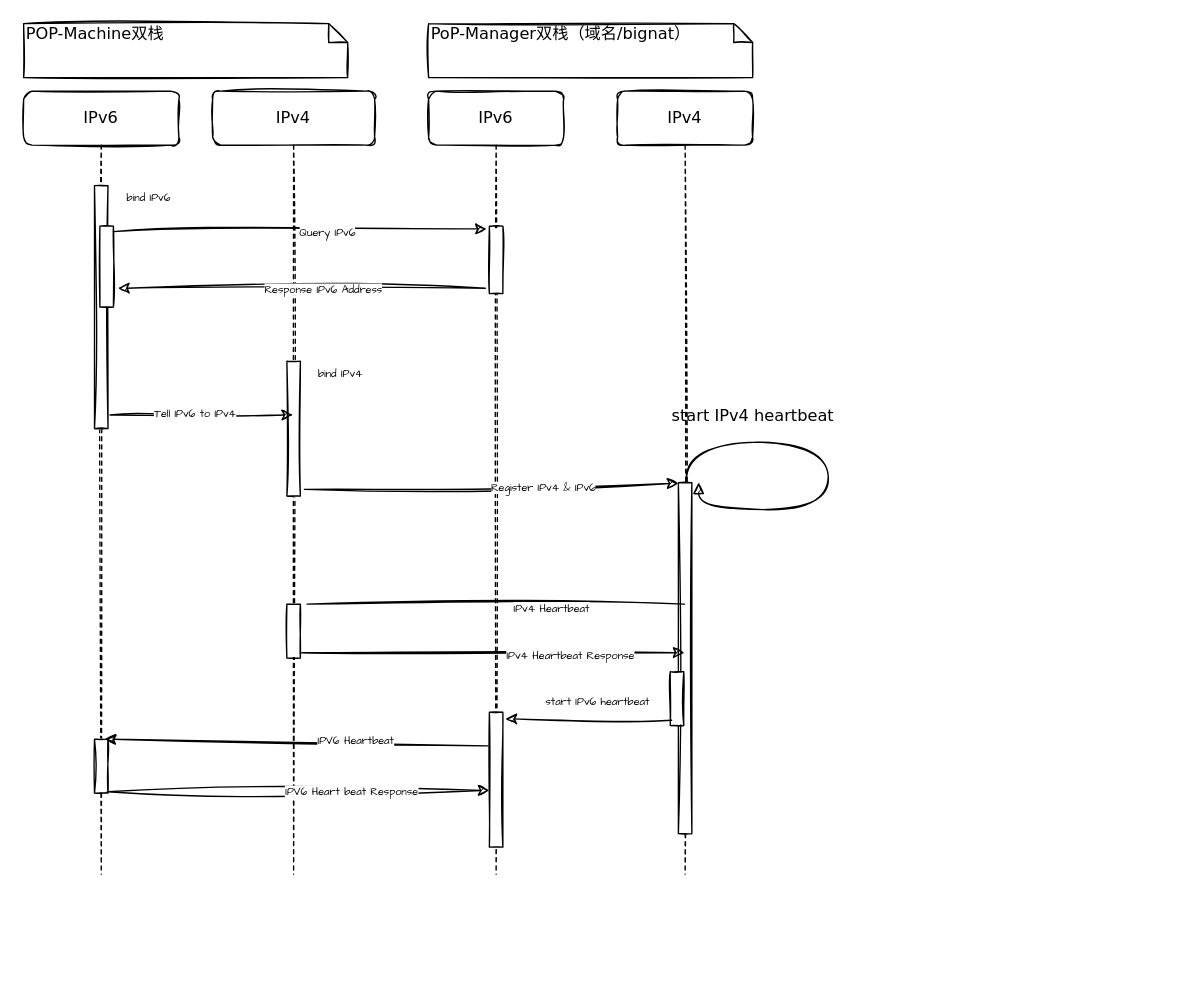
This is 未命名绘图.drawio from comtjz/CodeFlagment, a draw.io file, before an edit. Source tidied: cells renumbered, new cells numbered last; positions are measured from the earlier drawing's top-left corner, leaving out a move shared by most shapes. Both pictures are drawn from the tidied source at 135%, with x=0, y=0 at pixel (23, 23).
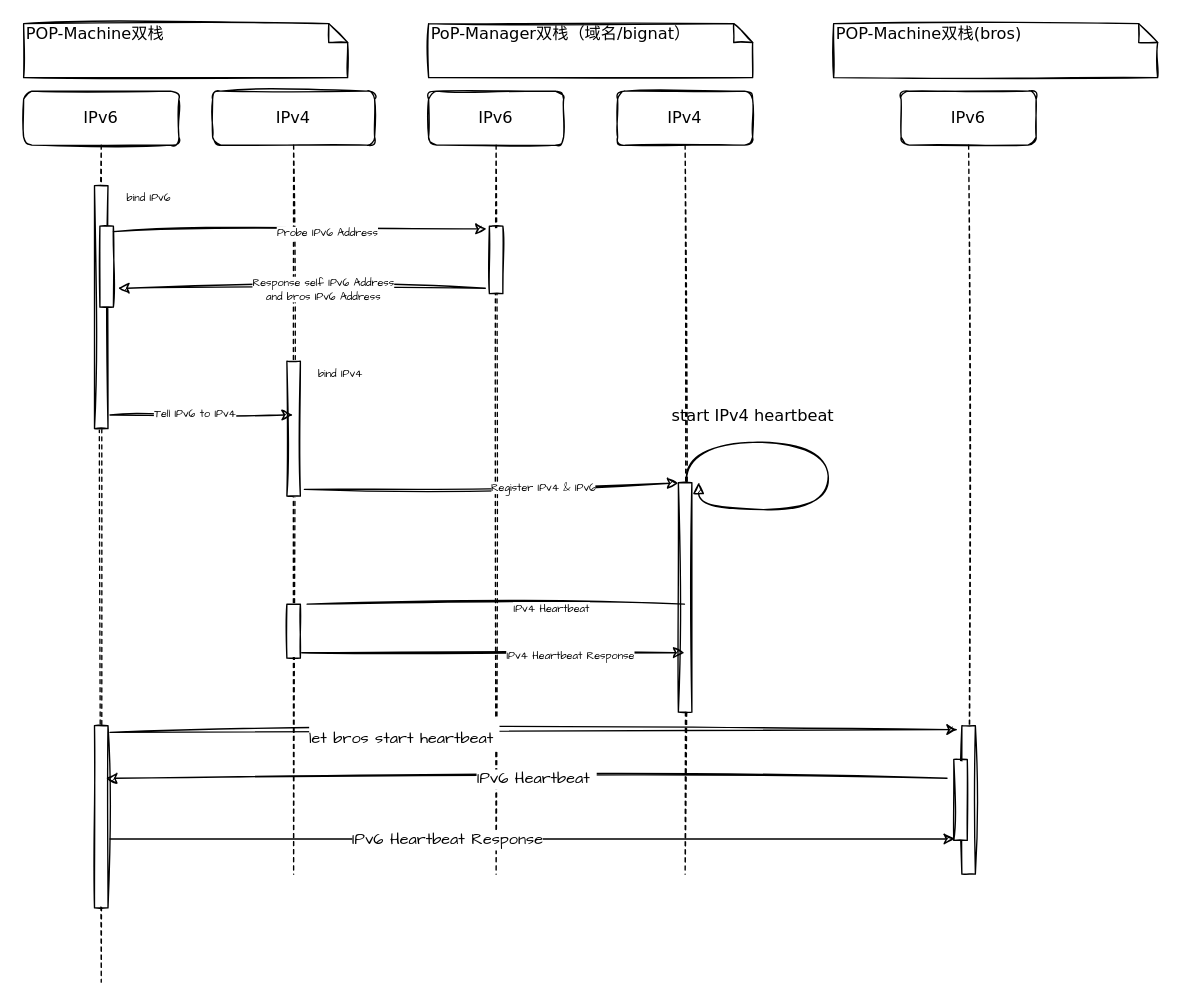
The same page after the edit.

Unchanged cells that the change refers to:
```xml
<mxCell id="6" value="IPv6" style="shape=umlLifeline;perimeter=lifelinePerimeter;whiteSpace=wrap;html=1;rounded=1;shadow=0;comic=0;labelBackgroundColor=none;strokeWidth=1;fontFamily=Verdana;fontSize=12;align=center;sketch=1;" parent="1" vertex="1">
  <mxGeometry x="300" y="50" width="100" height="580" as="geometry" />
</mxCell>
<mxCell id="9" value="IPv4" style="shape=umlLifeline;perimeter=lifelinePerimeter;whiteSpace=wrap;html=1;outlineConnect=0;rounded=1;shadow=0;comic=0;labelBackgroundColor=none;strokeWidth=1;fontFamily=Verdana;fontSize=12;align=center;sketch=1;" parent="1" vertex="1">
  <mxGeometry x="440" y="50" width="100" height="580" as="geometry" />
</mxCell>
<mxCell id="20" style="endArrow=classic;html=1;rounded=0;sketch=1;hachureGap=4;jiggle=2;fontFamily=Architects Daughter;fontSize=8;exitX=1;exitY=0.067;exitDx=0;exitDy=0;exitPerimeter=0;entryX=-0.2;entryY=0.04;entryDx=0;entryDy=0;entryPerimeter=0;" parent="1" edge="1" source="14" target="7">
  <mxGeometry relative="1" as="geometry" />
</mxCell>
<mxCell id="22" style="endArrow=classic;html=1;rounded=0;sketch=1;hachureGap=4;jiggle=2;fontFamily=Architects Daughter;fontSize=8;exitX=-0.3;exitY=0.92;exitDx=0;exitDy=0;exitPerimeter=0;" parent="1" edge="1" source="7">
  <mxGeometry relative="1" as="geometry">
    <mxPoint x="70" y="196" as="targetPoint" />
  </mxGeometry>
</mxCell>
<mxCell id="24" style="endArrow=classic;html=1;rounded=0;sketch=1;hachureGap=4;jiggle=2;fontFamily=Architects Daughter;fontSize=8;exitX=1.3;exitY=0.95;exitDx=0;exitDy=0;exitPerimeter=0;entryX=0;entryY=0.002;entryDx=0;entryDy=0;entryPerimeter=0;" parent="1" edge="1" source="3" target="10">
  <mxGeometry relative="1" as="geometry" />
</mxCell>
<mxCell id="26" style="endArrow=classic;html=1;rounded=0;sketch=1;hachureGap=4;jiggle=2;fontFamily=Architects Daughter;fontSize=8;exitX=1.1;exitY=0.9;exitDx=0;exitDy=0;exitPerimeter=0;" parent="1" edge="1" source="4" target="9">
  <mxGeometry relative="1" as="geometry" />
</mxCell>
<mxCell id="28" style="endArrow=classic;html=1;rounded=0;sketch=1;hachureGap=4;jiggle=2;fontFamily=Architects Daughter;fontSize=8;exitX=1.15;exitY=0.944;exitDx=0;exitDy=0;exitPerimeter=0;" parent="1" edge="1" source="13" target="2">
  <mxGeometry relative="1" as="geometry" />
</mxCell>
<mxCell id="30" style="endArrow=none;html=1;rounded=0;sketch=1;hachureGap=4;jiggle=2;fontFamily=Architects Daughter;fontSize=8;" parent="1" edge="1" source="9">
  <mxGeometry relative="1" as="geometry">
    <mxPoint x="210" y="430" as="targetPoint" />
  </mxGeometry>
</mxCell>
```

The edit, as a diff of the source:
```diff
@@
-    <mxCell id="8" style="html=1;points=[];perimeter=orthogonalPerimeter;rounded=0;shadow=0;comic=0;labelBackgroundColor=none;strokeWidth=1;fontFamily=Verdana;fontSize=12;align=center;sketch=1;" parent="6" vertex="1">
-      <mxGeometry x="45" y="460" width="10" height="100" as="geometry" />
-    </mxCell>
@@
     <mxCell id="10" style="html=1;points=[];perimeter=orthogonalPerimeter;rounded=0;shadow=0;comic=0;labelBackgroundColor=none;strokeWidth=1;fontFamily=Verdana;fontSize=12;align=center;sketch=1;" parent="9" vertex="1">
-      <mxGeometry x="45" y="290" width="10" height="260" as="geometry" />
+      <mxGeometry x="45" y="290" width="10" height="170" as="geometry" />
     </mxCell>
-    <mxCell id="11" style="html=1;points=[];perimeter=orthogonalPerimeter;rounded=0;shadow=0;comic=0;labelBackgroundColor=none;strokeWidth=1;fontFamily=Verdana;fontSize=12;align=center;sketch=1;" parent="9" vertex="1">
-      <mxGeometry x="39" y="430" width="10" height="40" as="geometry" />
-    </mxCell>
     <mxCell id="12" value="IPv6" style="shape=umlLifeline;perimeter=lifelinePerimeter;whiteSpace=wrap;html=1;rounded=1;shadow=0;comic=0;labelBackgroundColor=none;strokeWidth=1;fontFamily=Verdana;fontSize=12;align=center;sketch=1;" parent="1" vertex="1">
-      <mxGeometry y="50" width="115" height="580" as="geometry" />
+      <mxGeometry y="50" width="115" height="660" as="geometry" />
     </mxCell>
@@
-    <mxCell id="16" style="html=1;points=[];perimeter=orthogonalPerimeter;rounded=0;shadow=0;comic=0;labelBackgroundColor=none;strokeWidth=1;fontFamily=Verdana;fontSize=12;align=center;sketch=1;" parent="12" vertex="1">
-      <mxGeometry x="52.5" y="480" width="10" height="40" as="geometry" />
-    </mxCell>
+    <mxCell id="38" style="html=1;points=[];perimeter=orthogonalPerimeter;rounded=0;shadow=0;comic=0;labelBackgroundColor=none;strokeWidth=1;fontFamily=Verdana;fontSize=12;align=center;sketch=1;" parent="12" vertex="1">
+      <mxGeometry x="52.5" y="470" width="10" height="135" as="geometry" />
+    </mxCell>
@@
-    <mxCell id="21" value="Query IPv6" style="edgeLabel;html=1;align=center;verticalAlign=middle;fontSize=8;fontFamily=Architects Daughter;" parent="20" vertex="1">
+    <mxCell id="21" value="Probe IPv6 Address" style="edgeLabel;html=1;align=center;verticalAlign=middle;fontSize=8;fontFamily=Architects Daughter;sketch=1;" parent="20" vertex="1">
       <mxGeometry x="0.14" y="-2" relative="1" as="geometry" />
     </mxCell>
@@
-    <mxCell id="23" value="Response IPv6 Address" style="edgeLabel;html=1;align=center;verticalAlign=middle;fontSize=8;fontFamily=Architects Daughter;" parent="22" vertex="1">
+    <mxCell id="23" value="Response self IPv6 Address&lt;br&gt;and bros IPv6 Address" style="edgeLabel;html=1;align=center;verticalAlign=middle;fontSize=8;fontFamily=Architects Daughter;sketch=1;" parent="22" vertex="1">
       <mxGeometry x="-0.11" relative="1" as="geometry" />
     </mxCell>
@@
-    <mxCell id="25" value="Register IPv4 &amp;amp; IPv6" style="edgeLabel;html=1;align=center;verticalAlign=middle;fontSize=8;fontFamily=Architects Daughter;" parent="24" vertex="1">
+    <mxCell id="25" value="Register IPv4 &amp;amp; IPv6" style="edgeLabel;html=1;align=center;verticalAlign=middle;fontSize=8;fontFamily=Architects Daughter;sketch=1;" parent="24" vertex="1">
       <mxGeometry x="0.28" y="-1" relative="1" as="geometry" />
     </mxCell>
@@
-    <mxCell id="27" value="IPv4 Heartbeat Response" style="edgeLabel;html=1;align=center;verticalAlign=middle;fontSize=8;fontFamily=Architects Daughter;" parent="26" vertex="1">
+    <mxCell id="27" value="IPv4 Heartbeat Response" style="edgeLabel;html=1;align=center;verticalAlign=middle;fontSize=8;fontFamily=Architects Daughter;sketch=1;" parent="26" vertex="1">
       <mxGeometry x="0.4" y="-1" relative="1" as="geometry" />
     </mxCell>
@@
-    <mxCell id="29" value="Tell IPv6 to IPv4" style="edgeLabel;html=1;align=center;verticalAlign=middle;fontSize=8;fontFamily=Architects Daughter;" parent="28" vertex="1">
+    <mxCell id="29" value="Tell IPv6 to IPv4" style="edgeLabel;html=1;align=center;verticalAlign=middle;fontSize=8;fontFamily=Architects Daughter;sketch=1;" parent="28" vertex="1">
       <mxGeometry x="-0.08" y="1" relative="1" as="geometry" />
     </mxCell>
@@
-    <mxCell id="31" value="IPv4 Heartbeat" style="edgeLabel;html=1;align=center;verticalAlign=middle;fontSize=8;fontFamily=Architects Daughter;" parent="30" vertex="1">
+    <mxCell id="31" value="IPv4 Heartbeat" style="edgeLabel;html=1;align=center;verticalAlign=middle;fontSize=8;fontFamily=Architects Daughter;sketch=1;" parent="30" vertex="1">
       <mxGeometry x="-0.29" y="2" relative="1" as="geometry" />
     </mxCell>
-    <mxCell id="32" style="endArrow=classic;html=1;rounded=0;sketch=1;hachureGap=4;jiggle=2;fontFamily=Architects Daughter;fontSize=8;exitX=0.1;exitY=0.9;exitDx=0;exitDy=0;exitPerimeter=0;entryX=1.2;entryY=0.05;entryDx=0;entryDy=0;entryPerimeter=0;" parent="1" edge="1" source="11" target="8">
-      <mxGeometry relative="1" as="geometry" />
-    </mxCell>
-    <mxCell id="33" value="start IPv6 heartbeat" style="edgeLabel;html=1;align=center;verticalAlign=middle;fontSize=8;fontFamily=Architects Daughter;" parent="32" vertex="1">
-      <mxGeometry x="-0.06" y="1" relative="1" as="geometry">
-        <mxPoint x="3" y="-15" as="offset" />
-      </mxGeometry>
-    </mxCell>
-    <mxCell id="34" style="endArrow=classic;html=1;rounded=0;sketch=1;hachureGap=4;jiggle=2;fontFamily=Architects Daughter;fontSize=8;entryX=0.75;entryY=0;entryDx=0;entryDy=0;entryPerimeter=0;exitX=-0.1;exitY=0.25;exitDx=0;exitDy=0;exitPerimeter=0;" parent="1" edge="1" source="8" target="16">
-      <mxGeometry relative="1" as="geometry" />
-    </mxCell>
-    <mxCell id="35" value="IPV6 Heartbeat" style="edgeLabel;html=1;align=center;verticalAlign=middle;fontSize=8;fontFamily=Architects Daughter;" parent="34" vertex="1">
-      <mxGeometry x="-0.3" y="-3" relative="1" as="geometry" />
-    </mxCell>
-    <mxCell id="36" style="endArrow=classic;html=1;rounded=0;sketch=1;hachureGap=4;jiggle=2;fontFamily=Architects Daughter;fontSize=8;exitX=0.95;exitY=0.975;exitDx=0;exitDy=0;exitPerimeter=0;entryX=0;entryY=0.58;entryDx=0;entryDy=0;entryPerimeter=0;" parent="1" edge="1" source="16" target="8">
-      <mxGeometry relative="1" as="geometry" />
-    </mxCell>
-    <mxCell id="37" value="IPV6 Heart beat Response" style="edgeLabel;html=1;align=center;verticalAlign=middle;fontSize=8;fontFamily=Architects Daughter;" parent="36" vertex="1">
-      <mxGeometry x="0.28" relative="1" as="geometry" />
-    </mxCell>
+    <mxCell id="39" value="POP-Machine双栈(bros)" style="shape=note;whiteSpace=wrap;html=1;size=14;verticalAlign=top;align=left;spacingTop=-6;rounded=0;shadow=0;comic=0;labelBackgroundColor=none;strokeWidth=1;fontFamily=Verdana;fontSize=12;sketch=1;" parent="1" vertex="1">
+      <mxGeometry x="600" width="240" height="40" as="geometry" />
+    </mxCell>
+    <mxCell id="40" value="IPv6" style="shape=umlLifeline;perimeter=lifelinePerimeter;whiteSpace=wrap;html=1;rounded=1;shadow=0;comic=0;labelBackgroundColor=none;strokeWidth=1;fontFamily=Verdana;fontSize=12;align=center;sketch=1;" parent="1" vertex="1">
+      <mxGeometry x="650" y="50" width="100" height="580" as="geometry" />
+    </mxCell>
+    <mxCell id="41" style="html=1;points=[];perimeter=orthogonalPerimeter;rounded=0;shadow=0;comic=0;labelBackgroundColor=none;strokeWidth=1;fontFamily=Verdana;fontSize=12;align=center;sketch=1;" parent="40" vertex="1">
+      <mxGeometry x="45" y="470" width="10" height="110" as="geometry" />
+    </mxCell>
+    <mxCell id="42" style="html=1;points=[];perimeter=orthogonalPerimeter;rounded=0;shadow=0;comic=0;labelBackgroundColor=none;strokeWidth=1;fontFamily=Verdana;fontSize=12;align=center;sketch=1;" parent="40" vertex="1">
+      <mxGeometry x="39" y="495" width="10" height="60" as="geometry" />
+    </mxCell>
+    <mxCell id="43" style="endArrow=classic;html=1;rounded=0;sketch=1;hachureGap=4;jiggle=2;fontFamily=Architects Daughter;fontSize=16;exitX=1.15;exitY=0.037;exitDx=0;exitDy=0;exitPerimeter=0;entryX=-0.3;entryY=0.027;entryDx=0;entryDy=0;entryPerimeter=0;" parent="1" edge="1" source="38" target="41">
+      <mxGeometry relative="1" as="geometry" />
+    </mxCell>
+    <mxCell id="44" value="&lt;font style=&quot;font-size: 12px;&quot;&gt;let bros start heartbeat&amp;nbsp;&lt;/font&gt;" style="edgeLabel;html=1;align=center;verticalAlign=middle;fontSize=20;fontFamily=Architects Daughter;" parent="43" vertex="1">
+      <mxGeometry x="-0.31" y="-1" relative="1" as="geometry" />
+    </mxCell>
+    <mxCell id="45" style="endArrow=classic;html=1;rounded=0;sketch=1;hachureGap=4;jiggle=2;fontFamily=Architects Daughter;fontSize=12;exitX=-0.5;exitY=0.233;exitDx=0;exitDy=0;exitPerimeter=0;entryX=0.85;entryY=0.289;entryDx=0;entryDy=0;entryPerimeter=0;" parent="1" edge="1" source="42" target="38">
+      <mxGeometry relative="1" as="geometry" />
+    </mxCell>
+    <mxCell id="46" value="IPv6 Heartbeat&amp;nbsp;" style="edgeLabel;html=1;align=center;verticalAlign=middle;fontSize=12;fontFamily=Architects Daughter;" parent="45" vertex="1">
+      <mxGeometry x="-0.02" y="1" relative="1" as="geometry" />
+    </mxCell>
+    <mxCell id="47" style="endArrow=classic;html=1;rounded=0;sketch=1;hachureGap=4;jiggle=2;fontFamily=Architects Daughter;fontSize=12;exitX=1.15;exitY=0.622;exitDx=0;exitDy=0;exitPerimeter=0;entryX=0.1;entryY=0.983;entryDx=0;entryDy=0;entryPerimeter=0;" parent="1" edge="1" source="38" target="42">
+      <mxGeometry relative="1" as="geometry" />
+    </mxCell>
+    <mxCell id="48" value="IPv6 Heartbeat Response" style="edgeLabel;html=1;align=center;verticalAlign=middle;fontSize=12;fontFamily=Architects Daughter;" parent="47" vertex="1">
+      <mxGeometry x="-0.2" y="-1" relative="1" as="geometry" />
+    </mxCell>
```
